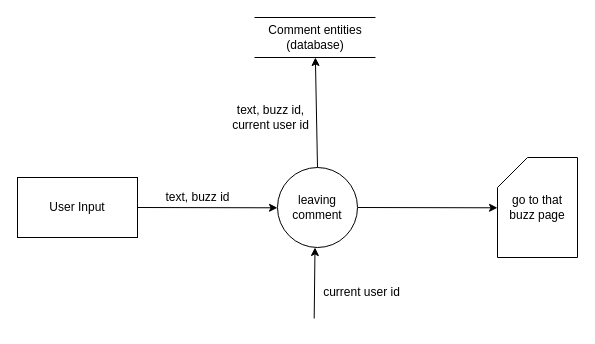
This is DFD/Buzzer/Comment.drawio from DonaldLamNL/buzzer, a draw.io file, before an edit. Source tidied: cells renumbered, new cells numbered last; positions are measured from the earlier drawing's top-left corner, leaving out a move shared by most shapes. Both pictures are drawn from the tidied source at 100%, with x=0, y=0 at pixel (17, 17).
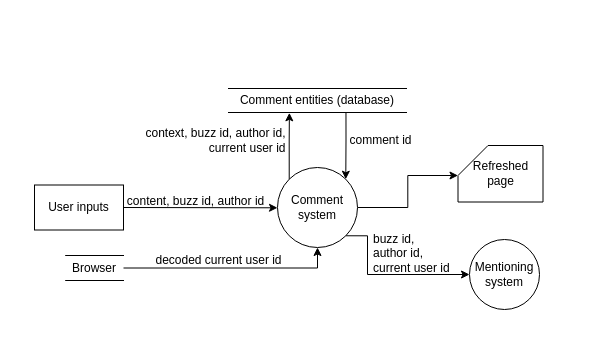
Above is the later version.

The edit, as a diff of the source:
```diff
@@
-    <mxCell id="2" style="edgeStyle=none;html=1;exitX=1;exitY=0.5;exitDx=0;exitDy=0;" parent="1" edge="1" source="3">
+    <mxCell id="2" style="edgeStyle=none;html=1;exitX=1;exitY=0.5;exitDx=0;exitDy=0;" parent="1" edge="1" source="16">
       <mxGeometry relative="1" as="geometry">
         <mxPoint x="260" y="190.3" as="targetPoint" />
       </mxGeometry>
     </mxCell>
-    <mxCell id="3" value="User Input" style="rounded=0;whiteSpace=wrap;html=1;" parent="1" vertex="1">
-      <mxGeometry y="160" width="120" height="60" as="geometry" />
-    </mxCell>
-    <mxCell id="4" value="text, buzz id" style="text;html=1;align=center;verticalAlign=middle;strokeColor=none;fillColor=none;" parent="1" vertex="1">
-      <mxGeometry x="135" y="165" width="90" height="30" as="geometry" />
+    <mxCell id="4" value="content, buzz id, author id" style="text;html=1;align=center;verticalAlign=middle;strokeColor=none;fillColor=none;" parent="1" vertex="1">
+      <mxGeometry x="100" y="171" width="155" height="26" as="geometry" />
     </mxCell>
-    <mxCell id="5" style="edgeStyle=none;html=1;exitX=1;exitY=0.5;exitDx=0;exitDy=0;" parent="1" edge="1" source="7">
-      <mxGeometry relative="1" as="geometry">
-        <mxPoint x="480" y="190.3" as="targetPoint" />
-      </mxGeometry>
-    </mxCell>
+    <mxCell id="13" style="edgeStyle=orthogonalEdgeStyle;rounded=0;jettySize=auto;html=1;exitX=1;exitY=1;exitDx=0;exitDy=0;entryX=0;entryY=0.5;entryDx=0;entryDy=0;" parent="1" edge="1" source="7" target="20">
+      <mxGeometry relative="1" as="geometry">
+        <Array as="points">
+          <mxPoint x="350" y="218" />
+          <mxPoint x="350" y="257" />
+        </Array>
+      </mxGeometry>
+    </mxCell>
-    <mxCell id="6" style="edgeStyle=none;html=1;exitX=0.5;exitY=0;exitDx=0;exitDy=0;" parent="1" edge="1" source="7" target="10">
+    <mxCell id="6" style="edgeStyle=orthogonalEdgeStyle;rounded=0;jettySize=auto;html=1;exitX=0;exitY=0;exitDx=0;exitDy=0;entryX=0.342;entryY=1.013;entryDx=0;entryDy=0;entryPerimeter=0;" parent="1" edge="1" source="7" target="10">
       <mxGeometry relative="1" as="geometry" />
     </mxCell>
+    <mxCell id="14" style="edgeStyle=orthogonalEdgeStyle;rounded=0;jettySize=auto;html=1;exitX=1;exitY=0.5;exitDx=0;exitDy=0;entryX=0;entryY=0;entryDx=0;entryDy=30;entryPerimeter=0;" parent="1" edge="1" source="7" target="12">
+      <mxGeometry relative="1" as="geometry" />
+    </mxCell>
-    <mxCell id="7" value="leaving&lt;br&gt;comment" style="ellipse;whiteSpace=wrap;html=1;" parent="1" vertex="1">
+    <mxCell id="7" value="Comment system" style="ellipse;whiteSpace=wrap;html=1;" parent="1" vertex="1">
       <mxGeometry x="260" y="150" width="80" height="80" as="geometry" />
     </mxCell>
-    <mxCell id="8" style="edgeStyle=none;html=1;entryX=0.5;entryY=1;entryDx=0;entryDy=0;exitX=0.442;exitY=0.04;exitDx=0;exitDy=0;exitPerimeter=0;" parent="1" edge="1">
-      <mxGeometry relative="1" as="geometry">
-        <mxPoint x="296.7" y="301" as="sourcePoint" />
-        <mxPoint x="297.5" y="230" as="targetPoint" />
-      </mxGeometry>
-    </mxCell>
-    <mxCell id="9" value="current user id" style="text;html=1;align=center;verticalAlign=middle;strokeColor=none;fillColor=none;" parent="1" vertex="1">
-      <mxGeometry x="294" y="260" width="100" height="30" as="geometry" />
-    </mxCell>
+    <mxCell id="15" style="edgeStyle=orthogonalEdgeStyle;rounded=0;jettySize=auto;html=1;exitX=0.66;exitY=1.005;exitDx=0;exitDy=0;entryX=1;entryY=0;entryDx=0;entryDy=0;exitPerimeter=0;" parent="1" edge="1" source="10" target="7">
+      <mxGeometry relative="1" as="geometry" />
+    </mxCell>
-    <mxCell id="10" value="Comment entities&lt;br&gt;(database)" style="shape=partialRectangle;whiteSpace=wrap;html=1;left=0;right=0;fillColor=none;rounded=0;strokeColor=default;fontFamily=Helvetica;fontSize=12;fontColor=default;" parent="1" vertex="1">
-      <mxGeometry x="237.5" width="120" height="40" as="geometry" />
+    <mxCell id="10" value="Comment entities (database)" style="shape=partialRectangle;whiteSpace=wrap;html=1;left=0;right=0;fillColor=none;rounded=0;strokeColor=default;fontFamily=Helvetica;fontSize=12;fontColor=default;" parent="1" vertex="1">
+      <mxGeometry x="211" y="71" width="178" height="24" as="geometry" />
     </mxCell>
-    <mxCell id="11" value="text, buzz id,&lt;br&gt;current user id" style="text;html=1;align=center;verticalAlign=middle;strokeColor=none;fillColor=none;" parent="1" vertex="1">
-      <mxGeometry x="202.5" y="80" width="100" height="40" as="geometry" />
+    <mxCell id="11" value="&lt;div style=&quot;text-align: right;&quot;&gt;context, buzz id, author id,&lt;/div&gt;&lt;div style=&quot;text-align: right;&quot;&gt;current user id&lt;/div&gt;" style="text;html=1;align=center;verticalAlign=middle;strokeColor=none;fillColor=none;" parent="1" vertex="1">
+      <mxGeometry x="119" y="103" width="158" height="40" as="geometry" />
     </mxCell>
-    <mxCell id="12" value="&lt;span style=&quot;&quot;&gt;go to that&lt;br&gt;buzz&amp;nbsp;&lt;/span&gt;&lt;span style=&quot;&quot;&gt;page&lt;/span&gt;" style="shape=card;whiteSpace=wrap;html=1;" parent="1" vertex="1">
-      <mxGeometry x="480" y="140" width="80" height="100" as="geometry" />
+    <mxCell id="12" value="Refreshed page" style="shape=card;whiteSpace=wrap;html=1;" parent="1" vertex="1">
+      <mxGeometry x="440.5" y="128" width="85" height="56.5" as="geometry" />
     </mxCell>
+    <mxCell id="16" value="User inputs" style="rounded=0;whiteSpace=wrap;html=1;" parent="1" vertex="1">
+      <mxGeometry x="17" y="167.5" width="89" height="45" as="geometry" />
+    </mxCell>
+    <mxCell id="17" style="edgeStyle=orthogonalEdgeStyle;rounded=0;jettySize=auto;html=1;exitX=1;exitY=0.5;exitDx=0;exitDy=0;entryX=0.5;entryY=1;entryDx=0;entryDy=0;" parent="1" edge="1" source="18" target="7">
+      <mxGeometry relative="1" as="geometry" />
+    </mxCell>
+    <mxCell id="18" value="Browser" style="shape=partialRectangle;whiteSpace=wrap;html=1;left=0;right=0;fillColor=none;rounded=0;strokeColor=default;fontFamily=Helvetica;fontSize=12;fontColor=default;" parent="1" vertex="1">
+      <mxGeometry x="48.2" y="238" width="57.8" height="25" as="geometry" />
+    </mxCell>
+    <mxCell id="19" value="decoded current user id" style="text;html=1;align=center;verticalAlign=middle;strokeColor=none;fillColor=none;" parent="1" vertex="1">
+      <mxGeometry x="129" y="230" width="144" height="26" as="geometry" />
+    </mxCell>
+    <mxCell id="20" value="Mentioning system" style="ellipse;whiteSpace=wrap;html=1;" parent="1" vertex="1">
+      <mxGeometry x="452" y="222" width="70" height="70" as="geometry" />
+    </mxCell>
+    <mxCell id="21" value="comment id" style="text;html=1;align=center;verticalAlign=middle;strokeColor=none;fillColor=none;" parent="1" vertex="1">
+      <mxGeometry x="323" y="110" width="80" height="26" as="geometry" />
+    </mxCell>
+    <mxCell id="22" value="buzz id,&lt;br&gt;author id,&lt;br&gt;current user id" style="text;html=1;align=left;verticalAlign=middle;strokeColor=none;fillColor=none;" parent="1" vertex="1">
+      <mxGeometry x="354" y="209" width="95" height="54" as="geometry" />
+    </mxCell>
```
